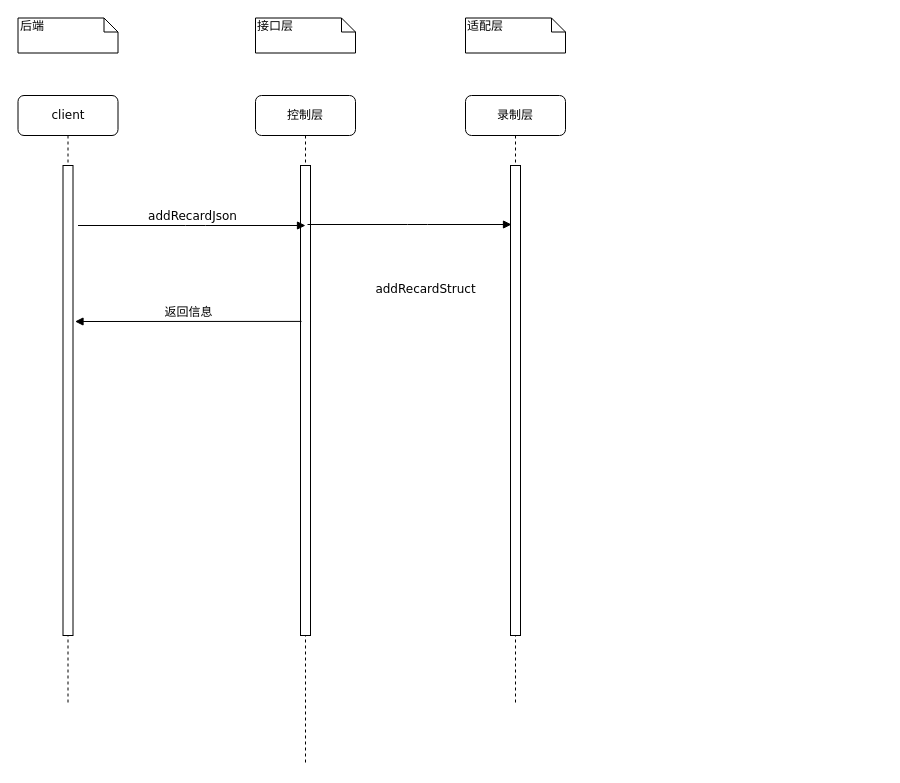
Above: lookUpLessonSequenceDiagram.drawio in huangPeiLc/drawio (draw.io), before the change. Source tidied: cells renumbered, new cells numbered last; positions are measured from the earlier drawing's top-left corner, leaving out a move shared by most shapes. Both pictures are drawn from the tidied source at 100%, with x=0, y=0 at pixel (17, 17).
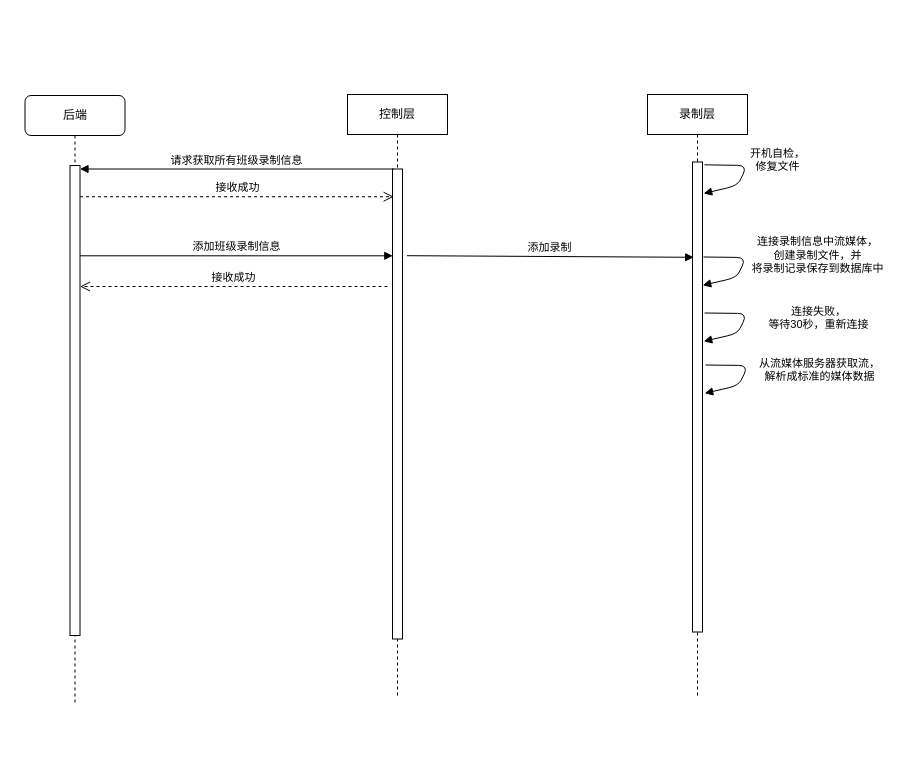
Above is the later version.

The change refers to these unchanged cells:
```xml
<mxCell id="10" style="html=1;points=[];perimeter=orthogonalPerimeter;rounded=0;shadow=0;comic=0;labelBackgroundColor=none;strokeColor=#000000;strokeWidth=1;fillColor=#FFFFFF;fontFamily=Verdana;fontSize=12;fontColor=#000000;align=center;" parent="9" vertex="1">
  <mxGeometry x="45" y="70" width="10" height="470" as="geometry" />
</mxCell>
```

Change to the diagram source:
```diff
@@
-    <mxCell id="2" value="录制层" style="shape=umlLifeline;perimeter=lifelinePerimeter;whiteSpace=wrap;html=1;rounded=1;shadow=0;comic=0;labelBackgroundColor=none;strokeColor=#000000;strokeWidth=1;fillColor=#FFFFFF;fontFamily=Verdana;fontSize=12;fontColor=#000000;align=center;" parent="1" vertex="1">
-      <mxGeometry x="448" y="78" width="100" height="610" as="geometry" />
-    </mxCell>
-    <mxCell id="3" style="html=1;perimeter=orthogonalPerimeter;rounded=0;shadow=0;comic=0;labelBackgroundColor=none;strokeColor=#000000;strokeWidth=1;fillColor=#FFFFFF;fontFamily=Verdana;fontSize=12;fontColor=#000000;align=center;" parent="2" vertex="1">
-      <mxGeometry x="45" y="70" width="10" height="470" as="geometry" />
-    </mxCell>
-    <mxCell id="4" value="控制层" style="shape=umlLifeline;perimeter=lifelinePerimeter;whiteSpace=wrap;html=1;rounded=1;shadow=0;comic=0;labelBackgroundColor=none;strokeColor=#000000;strokeWidth=1;fillColor=#FFFFFF;fontFamily=Verdana;fontSize=12;fontColor=#000000;align=center;" parent="1" vertex="1">
-      <mxGeometry x="238" y="78" width="100" height="670" as="geometry" />
+    <mxCell id="4" value="控制层" style="shape=umlLifeline;perimeter=lifelinePerimeter;whiteSpace=wrap;html=1;" parent="1" vertex="1">
+      <mxGeometry x="330" y="77" width="100" height="601" as="geometry" />
     </mxCell>
-    <mxCell id="5" style="html=1;perimeter=orthogonalPerimeter;rounded=0;shadow=0;comic=0;labelBackgroundColor=none;strokeColor=#000000;strokeWidth=1;fillColor=#FFFFFF;fontFamily=Verdana;fontSize=12;fontColor=#000000;align=center;" parent="4" vertex="1">
-      <mxGeometry x="45" y="70" width="10" height="470" as="geometry" />
-    </mxCell>
-    <mxCell id="6" value="addRecardStruct" style="html=1;verticalAlign=bottom;endArrow=block;labelBackgroundColor=none;fontFamily=Verdana;fontSize=12;edgeStyle=elbowEdgeStyle;elbow=vertical;entryX=0.138;entryY=0.035;entryDx=0;entryDy=0;entryPerimeter=0;" parent="1" edge="1">
-      <mxGeometry x="0.16" y="-74" relative="1" as="geometry">
-        <mxPoint x="290" y="207" as="sourcePoint" />
-        <mxPoint x="494" y="207" as="targetPoint" />
-        <Array as="points">
-          <mxPoint x="400" y="207" />
-        </Array>
-      </mxGeometry>
-    </mxCell>
-    <mxCell id="7" value="接口层" style="shape=note;whiteSpace=wrap;html=1;size=14;verticalAlign=top;align=left;spacingTop=-6;rounded=0;shadow=0;comic=0;labelBackgroundColor=none;strokeColor=#000000;strokeWidth=1;fillColor=#FFFFFF;fontFamily=Verdana;fontSize=12;fontColor=#000000;" parent="1" vertex="1">
-      <mxGeometry x="238" y="0.5" width="100" height="35" as="geometry" />
-    </mxCell>
-    <mxCell id="8" value="适配层" style="shape=note;whiteSpace=wrap;html=1;size=14;verticalAlign=top;align=left;spacingTop=-6;rounded=0;shadow=0;comic=0;labelBackgroundColor=none;strokeColor=#000000;strokeWidth=1;fillColor=#FFFFFF;fontFamily=Verdana;fontSize=12;fontColor=#000000;" parent="1" vertex="1">
-      <mxGeometry x="448" y="0.5" width="100" height="35" as="geometry" />
-    </mxCell>
-    <mxCell id="9" value="client" style="shape=umlLifeline;perimeter=lifelinePerimeter;whiteSpace=wrap;html=1;rounded=1;shadow=0;comic=0;labelBackgroundColor=none;strokeColor=#000000;strokeWidth=1;fillColor=#FFFFFF;fontFamily=Verdana;fontSize=12;fontColor=#000000;align=center;size=40;" parent="1" vertex="1">
-      <mxGeometry x="0.5" y="78" width="100" height="610" as="geometry" />
+    <mxCell id="9" value="后端" style="shape=umlLifeline;perimeter=lifelinePerimeter;whiteSpace=wrap;html=1;rounded=1;shadow=0;comic=0;labelBackgroundColor=none;strokeColor=#000000;strokeWidth=1;fillColor=#FFFFFF;fontFamily=Verdana;fontSize=12;fontColor=#000000;align=center;size=40;" parent="1" vertex="1">
+      <mxGeometry x="7.5" y="78" width="100" height="610" as="geometry" />
     </mxCell>
@@
-    <mxCell id="11" value="后端" style="shape=note;whiteSpace=wrap;html=1;size=14;verticalAlign=top;align=left;spacingTop=-6;rounded=0;shadow=0;comic=0;labelBackgroundColor=none;strokeColor=#000000;strokeWidth=1;fillColor=#FFFFFF;fontFamily=Verdana;fontSize=12;fontColor=#000000;" parent="1" vertex="1">
-      <mxGeometry x="0.5" y="0.5" width="100" height="35" as="geometry" />
-    </mxCell>
-    <mxCell id="12" value="addRecardJson" style="html=1;verticalAlign=bottom;endArrow=block;labelBackgroundColor=none;fontFamily=Verdana;fontSize=12;edgeStyle=elbowEdgeStyle;elbow=vertical;" parent="1" edge="1">
-      <mxGeometry relative="1" as="geometry">
-        <mxPoint x="60.5" y="208" as="sourcePoint" />
-        <mxPoint x="288" y="208" as="targetPoint" />
-        <Array as="points">
-          <mxPoint x="178" y="208" />
-        </Array>
-      </mxGeometry>
-    </mxCell>
-    <mxCell id="13" value="返回信息" style="html=1;verticalAlign=bottom;endArrow=block;labelBackgroundColor=none;fontFamily=Verdana;fontSize=12;edgeStyle=elbowEdgeStyle;elbow=vertical;exitX=0.7;exitY=0.085;exitDx=0;exitDy=0;exitPerimeter=0;" parent="1" edge="1">
-      <mxGeometry relative="1" as="geometry">
-        <mxPoint x="284" y="303.9" as="sourcePoint" />
-        <mxPoint x="57.5" y="304" as="targetPoint" />
-        <Array as="points">
-          <mxPoint x="274" y="304" />
-        </Array>
-      </mxGeometry>
-    </mxCell>
+    <mxCell id="14" style="html=1;points=[];perimeter=orthogonalPerimeter;rounded=0;shadow=0;comic=0;labelBackgroundColor=none;strokeColor=#000000;strokeWidth=1;fillColor=#FFFFFF;fontFamily=Verdana;fontSize=12;fontColor=#000000;align=center;" parent="1" vertex="1">
+      <mxGeometry x="375" y="151.5" width="10" height="470" as="geometry" />
+    </mxCell>
+    <mxCell id="2" value="录制层" style="shape=umlLifeline;perimeter=lifelinePerimeter;whiteSpace=wrap;html=1;" parent="1" vertex="1">
+      <mxGeometry x="630" y="77" width="100" height="601" as="geometry" />
+    </mxCell>
+    <mxCell id="15" style="html=1;points=[];perimeter=orthogonalPerimeter;rounded=0;shadow=0;comic=0;labelBackgroundColor=none;strokeColor=#000000;strokeWidth=1;fillColor=#FFFFFF;fontFamily=Verdana;fontSize=12;fontColor=#000000;align=center;" parent="2" vertex="1">
+      <mxGeometry x="45" y="67.5" width="10" height="470" as="geometry" />
+    </mxCell>
+    <mxCell id="16" value="&lt;div&gt;开机自检，&lt;/div&gt;&lt;div&gt;修复文件&lt;/div&gt;" style="html=1;verticalAlign=bottom;endArrow=block;entryX=1.117;entryY=0.067;entryDx=0;entryDy=0;entryPerimeter=0;exitX=1.2;exitY=0.006;exitDx=0;exitDy=0;exitPerimeter=0;" parent="2" edge="1" source="15" target="15">
+      <mxGeometry x="-0.14" y="-32" relative="1" as="geometry">
+        <Array as="points">
+          <mxPoint x="100" y="71" />
+          <mxPoint x="90" y="91" />
+        </Array>
+        <mxPoint x="59" y="24" as="offset" />
+      </mxGeometry>
+    </mxCell>
+    <mxCell id="17" value="添加班级录制信息" style="html=1;verticalAlign=bottom;endArrow=block;entryX=0.033;entryY=0.078;entryDx=0;entryDy=0;entryPerimeter=0;" parent="1" edge="1">
+      <mxGeometry relative="1" as="geometry">
+        <mxPoint x="62.5" y="238.3" as="sourcePoint" />
+        <mxPoint x="375.3" y="238.3" as="targetPoint" />
+      </mxGeometry>
+    </mxCell>
+    <mxCell id="18" value="请求获取所有班级录制信息" style="html=1;verticalAlign=bottom;endArrow=block;exitX=0.117;exitY=0;exitDx=0;exitDy=0;exitPerimeter=0;" parent="1" edge="1" source="14" target="10">
+      <mxGeometry relative="1" as="geometry" />
+    </mxCell>
+    <mxCell id="19" value="接收成功" style="html=1;verticalAlign=bottom;endArrow=open;dashed=1;endSize=8;entryX=0.117;entryY=0.059;entryDx=0;entryDy=0;entryPerimeter=0;" parent="1" edge="1" source="10" target="14">
+      <mxGeometry relative="1" as="geometry" />
+    </mxCell>
+    <mxCell id="20" value="添加录制" style="html=1;verticalAlign=bottom;endArrow=block;exitX=1.45;exitY=0.123;exitDx=0;exitDy=0;exitPerimeter=0;entryX=0.117;entryY=0.141;entryDx=0;entryDy=0;entryPerimeter=0;" parent="1" edge="1">
+      <mxGeometry relative="1" as="geometry">
+        <mxPoint x="389.5" y="238.2" as="sourcePoint" />
+        <mxPoint x="676.2" y="239.8" as="targetPoint" />
+      </mxGeometry>
+    </mxCell>
+    <mxCell id="21" value="&lt;div&gt;连接录制信息中流媒体，&lt;/div&gt;&lt;div&gt;&lt;div&gt;创建录制文件，并&lt;/div&gt;将录制记录保存到数据库中&lt;/div&gt;" style="html=1;verticalAlign=bottom;endArrow=block;entryX=1.117;entryY=0.067;entryDx=0;entryDy=0;entryPerimeter=0;exitX=1.2;exitY=0.006;exitDx=0;exitDy=0;exitPerimeter=0;" parent="1" edge="1">
+      <mxGeometry x="-0.14" y="-74" relative="1" as="geometry">
+        <mxPoint x="686" y="239.5" as="sourcePoint" />
+        <mxPoint x="685.2" y="267.8" as="targetPoint" />
+        <Array as="points">
+          <mxPoint x="729" y="240" />
+          <mxPoint x="719" y="260" />
+        </Array>
+        <mxPoint x="137" y="53" as="offset" />
+      </mxGeometry>
+    </mxCell>
+    <mxCell id="22" value="&lt;div&gt;连接失败，&lt;/div&gt;&lt;div&gt;等待30秒，重新连接&lt;/div&gt;" style="html=1;verticalAlign=bottom;endArrow=block;entryX=1.117;entryY=0.067;entryDx=0;entryDy=0;entryPerimeter=0;exitX=1.2;exitY=0.006;exitDx=0;exitDy=0;exitPerimeter=0;" parent="1" edge="1">
+      <mxGeometry x="-0.14" y="-74" relative="1" as="geometry">
+        <mxPoint x="687" y="295.5" as="sourcePoint" />
+        <mxPoint x="686.2" y="323.8" as="targetPoint" />
+        <Array as="points">
+          <mxPoint x="730" y="296" />
+          <mxPoint x="720" y="316" />
+        </Array>
+        <mxPoint x="137" y="53" as="offset" />
+      </mxGeometry>
+    </mxCell>
+    <mxCell id="23" value="&lt;div&gt;从流媒体服务器获取流，&lt;/div&gt;&lt;div&gt;解析成标准的媒体数据&lt;/div&gt;" style="html=1;verticalAlign=bottom;endArrow=block;entryX=1.117;entryY=0.067;entryDx=0;entryDy=0;entryPerimeter=0;exitX=1.2;exitY=0.006;exitDx=0;exitDy=0;exitPerimeter=0;" parent="1" edge="1">
+      <mxGeometry x="-0.14" y="-74" relative="1" as="geometry">
+        <mxPoint x="688" y="347.5" as="sourcePoint" />
+        <mxPoint x="687.2" y="375.8" as="targetPoint" />
+        <Array as="points">
+          <mxPoint x="731" y="348" />
+          <mxPoint x="721" y="368" />
+        </Array>
+        <mxPoint x="137" y="53" as="offset" />
+      </mxGeometry>
+    </mxCell>
+    <mxCell id="24" value="接收成功" style="html=1;verticalAlign=bottom;endArrow=open;dashed=1;endSize=8;" parent="1" edge="1">
+      <mxGeometry relative="1" as="geometry">
+        <mxPoint x="370" y="269" as="sourcePoint" />
+        <mxPoint x="62.5" y="269" as="targetPoint" />
+      </mxGeometry>
+    </mxCell>
```
